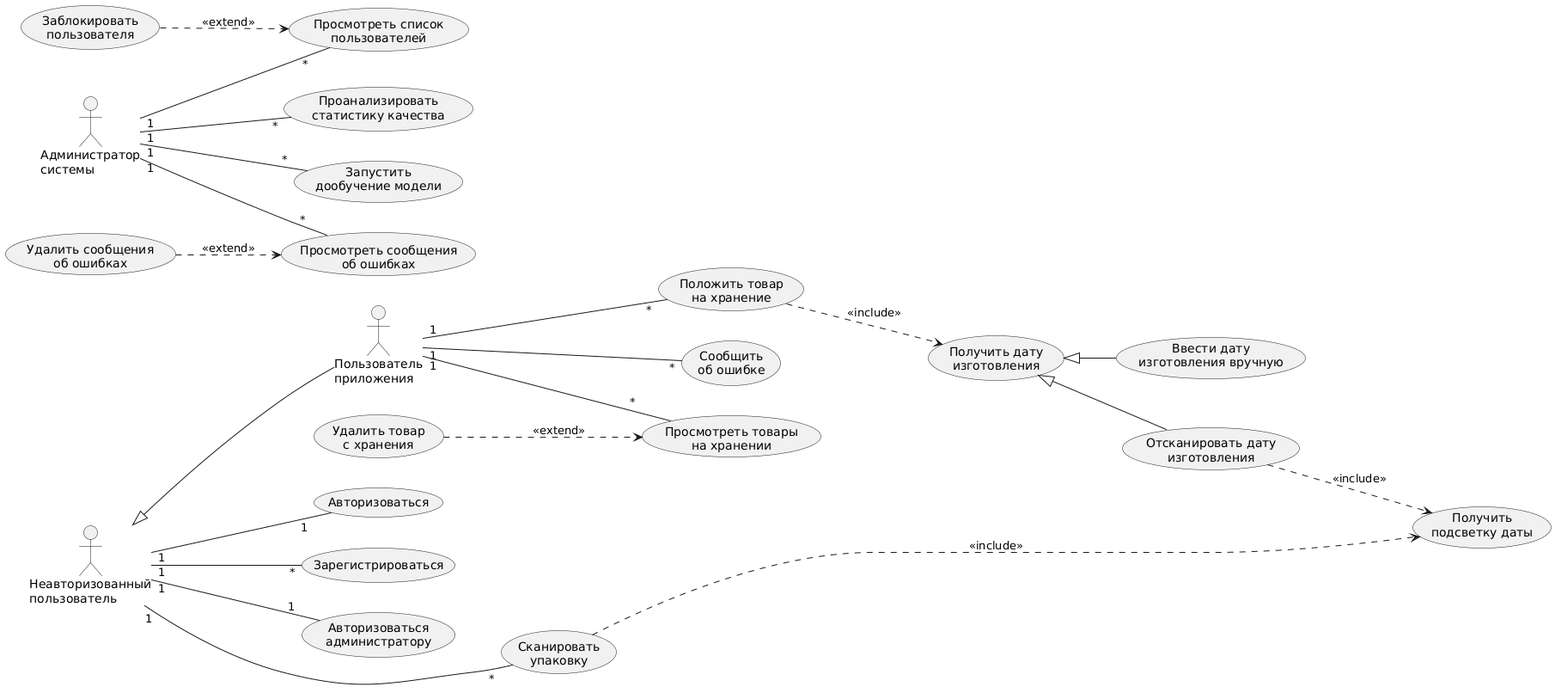
timourka/diplom keeps this PlantUML diagram as docs/use-case.png. Above is the earlier version.
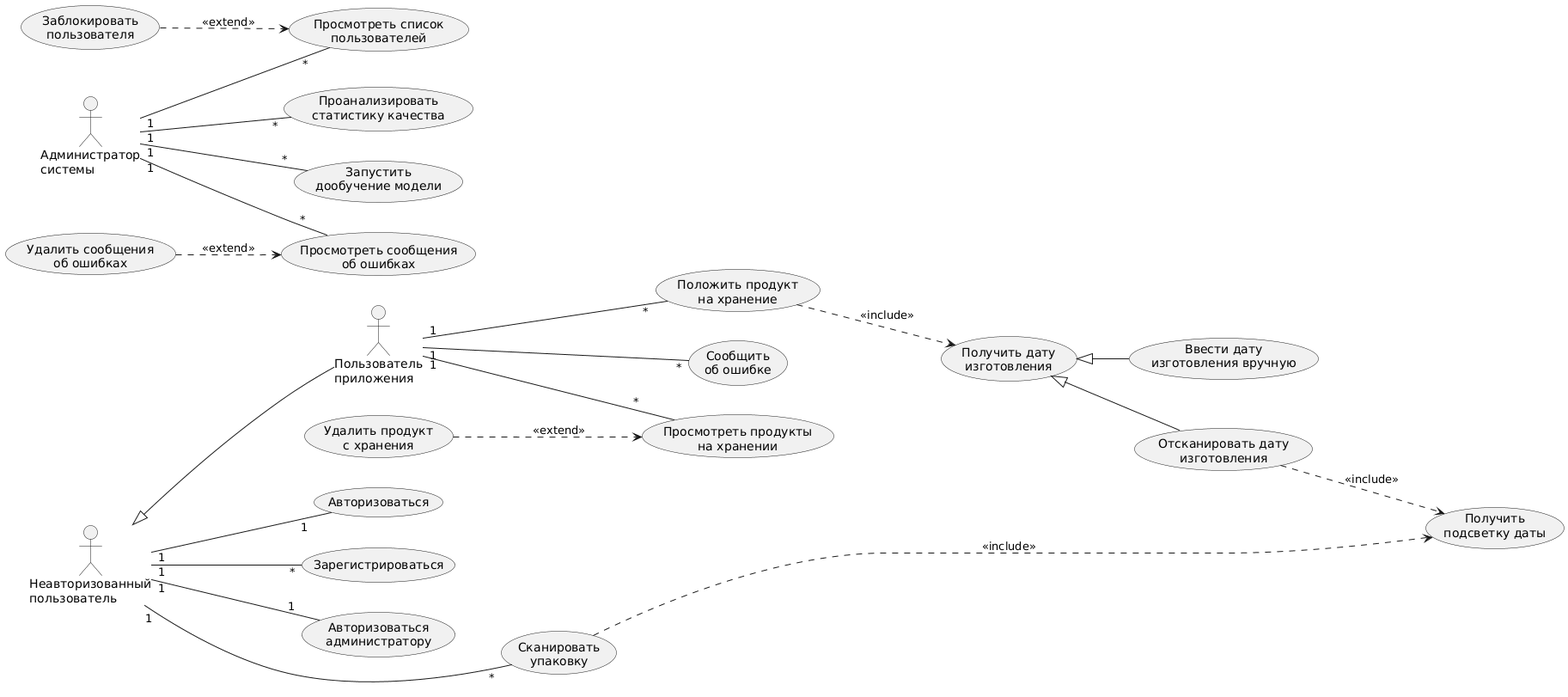
After the change.

Commit message:
правочки в юз кейз

The edit, as a diff of the source:
```diff
@@ -14,13 +14,12 @@
 usecase "Зарегистрироваться" as UC_Register
 
 usecase "Сообщить\nоб ошибке" as UC_Report
-usecase "Положить товар\nна хранение" as UC_Keep
-usecase "Просмотреть товары\nна хранении" as UC_KeepView
-usecase "Удалить товар\nс хранения" as UC_KeepDel
+usecase "Положить продукт\nна хранение" as UC_Keep
+usecase "Просмотреть продукты\nна хранении" as UC_KeepView
+usecase "Удалить продукт\nс хранения" as UC_KeepDel
 usecase "Получить дату\nизготовления" as UC_GetExprDate
 usecase "Отсканировать дату\nизготовления" as UC_ScanExprDate
 usecase "Ввести дату\nизготовления вручную" as UC_EnterExprDate
-usecase "Положить товар\nна хранение" as UC_Keep
 
 usecase "Авторизоваться\nадминистратору" as UC_AuthAdmin
 usecase "Запустить\nдообучение модели" as UC_Retrain
```
